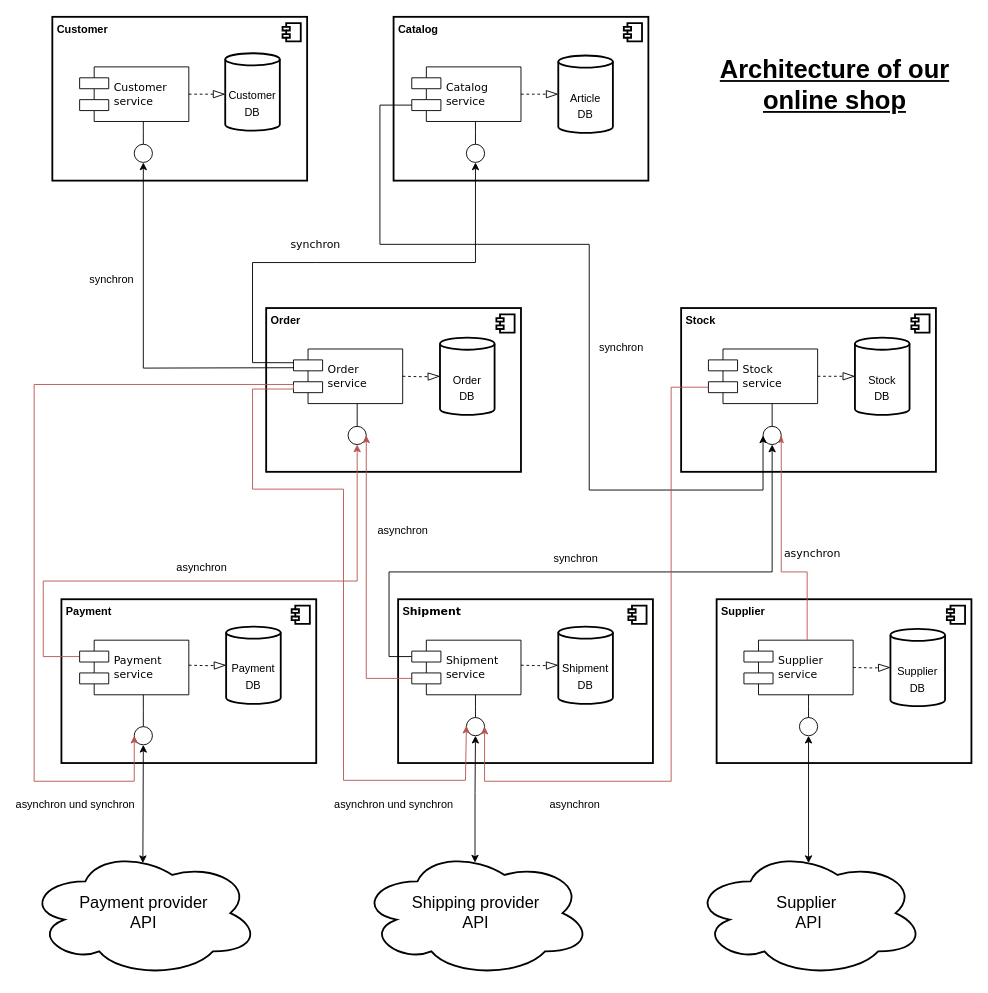
Earlier version of the draw.io diagram doc/ShopArchitecture.drawio (SimonBurmer/HM-Online-Shop-In-Microservice-Architecture). Source tidied: cells renumbered, new cells numbered last; positions are measured from the earlier drawing's top-left corner, leaving out a move shared by most shapes. Both pictures are drawn from the tidied source at 91%, with x=0, y=0 at pixel (27, 16).
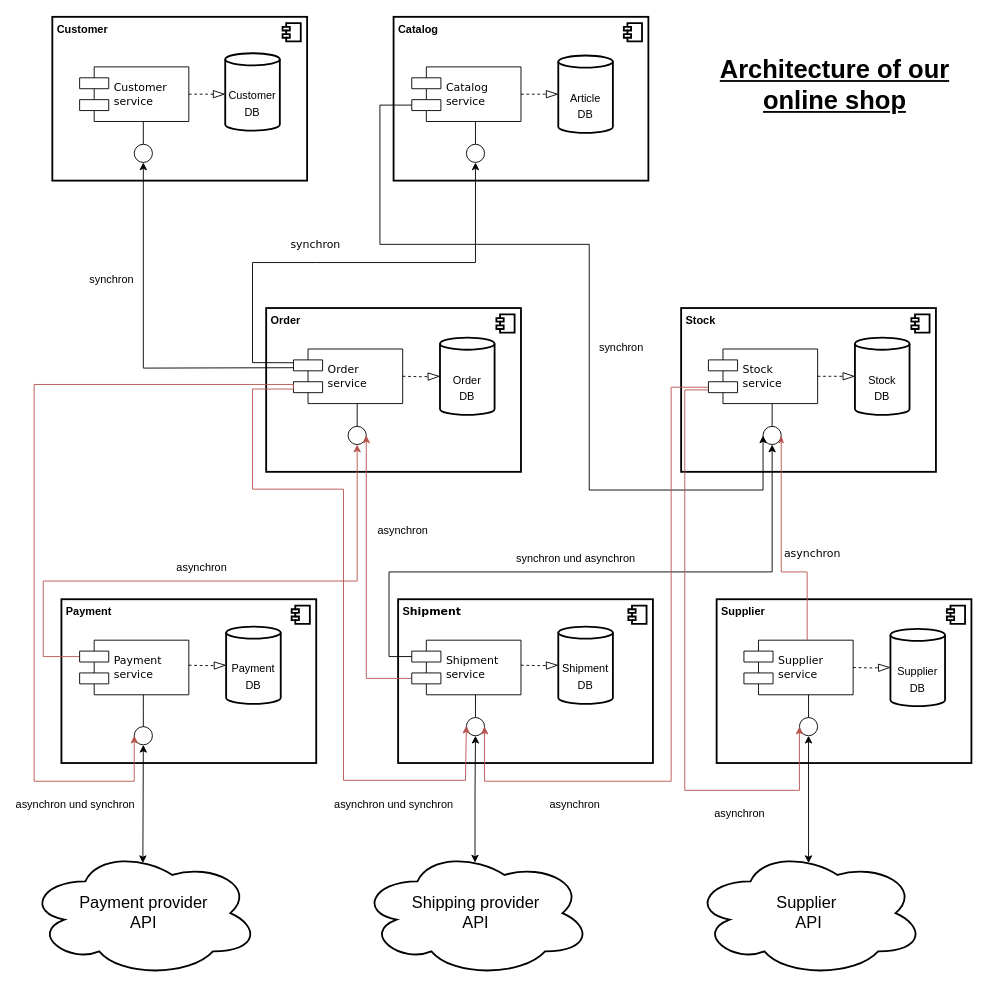
The same page after the edit.

The change refers to these unchanged cells:
```xml
<mxCell id="25" value="Stock &lt;br&gt;service" style="shape=component;align=left;spacingLeft=36;shadow=0;comic=0;labelBackgroundColor=none;strokeWidth=1;fontFamily=Verdana;fontSize=12;html=1;rounded=0;" parent="1" vertex="1">
  <mxGeometry x="748" y="365" width="120" height="60" as="geometry" />
</mxCell>
<mxCell id="26" style="ellipse;whiteSpace=wrap;html=1;shadow=0;comic=0;labelBackgroundColor=none;strokeWidth=1;fontFamily=Verdana;fontSize=12;align=center;rounded=0;" parent="1" vertex="1">
  <mxGeometry x="808" y="450" width="20" height="20" as="geometry" />
</mxCell>
<mxCell id="37" value="Shipment&lt;br&gt;service" style="shape=component;align=left;spacingLeft=36;shadow=0;comic=0;labelBackgroundColor=none;strokeWidth=1;fontFamily=Verdana;fontSize=12;html=1;rounded=0;" parent="1" vertex="1">
  <mxGeometry x="422" y="685" width="120" height="60" as="geometry" />
</mxCell>
<mxCell id="41" style="ellipse;whiteSpace=wrap;html=1;shadow=0;comic=0;labelBackgroundColor=none;strokeWidth=1;fontFamily=Verdana;fontSize=12;align=center;rounded=0;" parent="1" vertex="1">
  <mxGeometry x="848" y="770" width="20" height="20" as="geometry" />
</mxCell>
```

What changed in the source:
```diff
@@
-    <mxCell id="36" value="&lt;font style=&quot;font-size: 12px&quot;&gt;synchron&lt;/font&gt;" style="edgeStyle=orthogonalEdgeStyle;jettySize=auto;html=1;exitX=0;exitY=0.3;exitDx=0;exitDy=0;entryX=0.5;entryY=1;entryDx=0;entryDy=0;fontSize=28;rounded=0;" parent="1" edge="1" source="37" target="26">
+    <mxCell id="36" value="&lt;font style=&quot;font-size: 12px&quot;&gt;synchron und asynchron&lt;br&gt;&lt;/font&gt;" style="edgeStyle=orthogonalEdgeStyle;jettySize=auto;html=1;exitX=0;exitY=0.3;exitDx=0;exitDy=0;entryX=0.5;entryY=1;entryDx=0;entryDy=0;fontSize=28;rounded=0;" parent="1" edge="1" source="37" target="26">
       <mxGeometry x="-0.05" y="20" relative="1" as="geometry">
         <Array as="points">
           <mxPoint x="397" y="703" />
           <mxPoint x="397" y="610" />
           <mxPoint x="818" y="610" />
         </Array>
       </mxGeometry>
     </mxCell>
@@
+    <mxCell id="68" value="&lt;font style=&quot;font-size: 12px&quot;&gt;asynchron&lt;/font&gt;" style="edgeStyle=orthogonalEdgeStyle;jettySize=auto;html=1;fontSize=28;rounded=0;startArrow=none;fillColor=#f8cecc;strokeColor=#b85450;entryX=0;entryY=0.5;entryDx=0;entryDy=0;exitX=-0.004;exitY=0.75;exitDx=0;exitDy=0;exitPerimeter=0;" parent="1" edge="1" source="25" target="41">
+      <mxGeometry x="0.59" y="-20" relative="1" as="geometry">
+        <Array as="points">
+          <mxPoint x="722" y="410" />
+          <mxPoint x="722" y="850" />
+          <mxPoint x="848" y="850" />
+        </Array>
+      </mxGeometry>
+    </mxCell>
```
